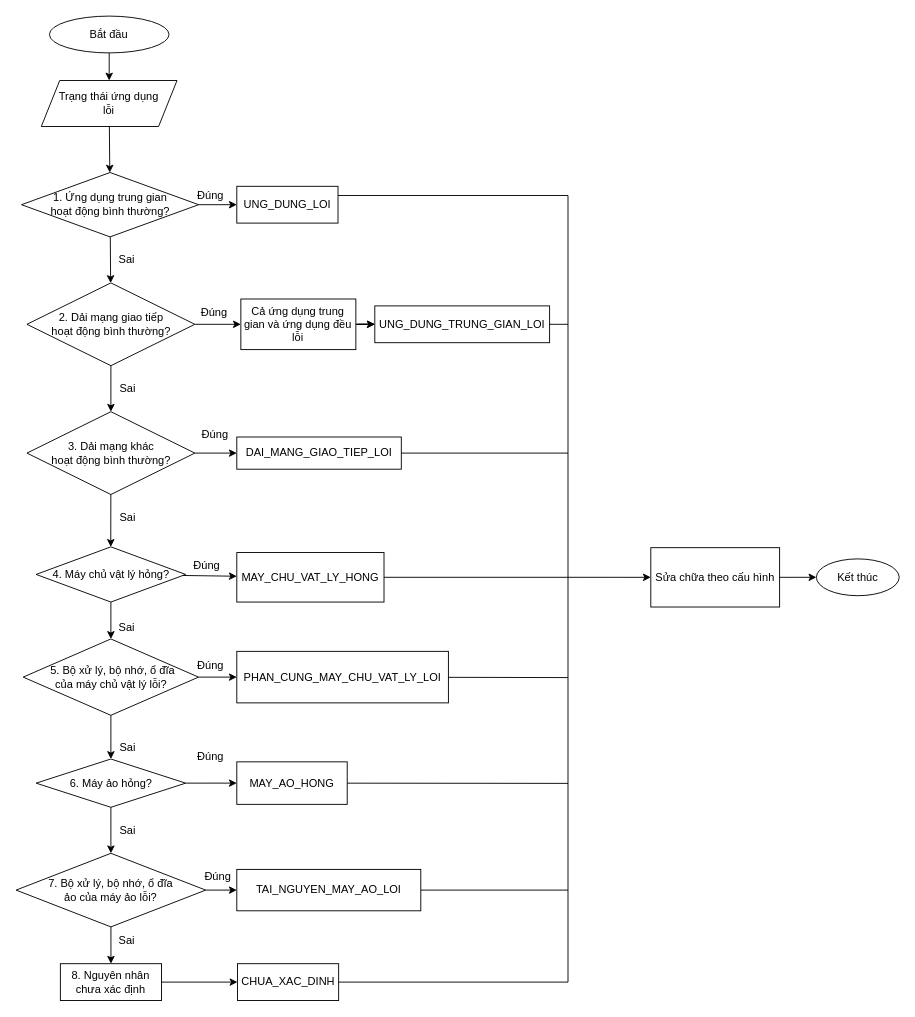
hiep1097/drawio keeps this draw.io diagram as page "Trang-4" (4 of 4) of auto healing.drawio. Above is the earlier version. Source tidied: cells renumbered, new cells numbered last; positions are measured from the earlier drawing's top-left corner, leaving out a move shared by most shapes. Both pictures are drawn from the tidied source at 92%, with x=0, y=0 at pixel (16, 16).
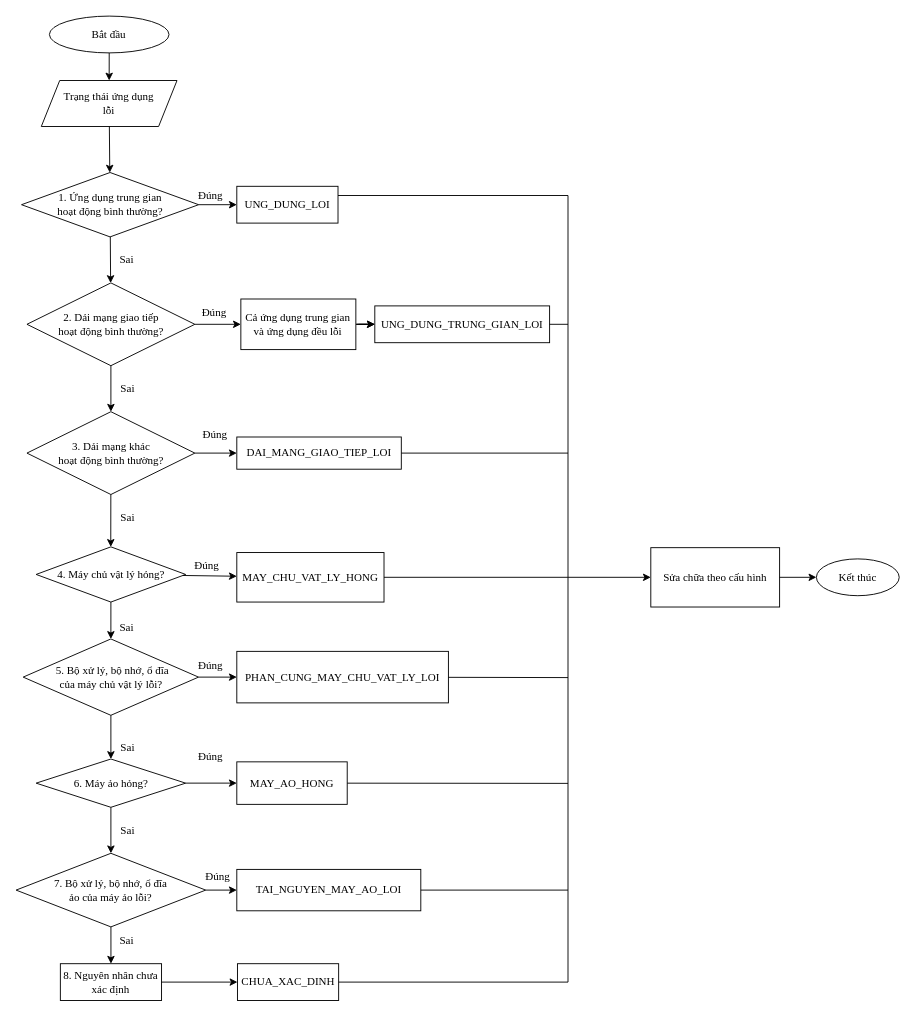
After the change.

Diff of the diagram source:
```diff
@@
-    <mxCell id="2" value="Bắt đầu" style="ellipse;whiteSpace=wrap;html=1;" parent="1" vertex="1">
+    <mxCell id="2" value="Bắt đầu" style="ellipse;whiteSpace=wrap;html=1;fontFamily=Times New Roman;" parent="1" vertex="1">
       <mxGeometry x="36.2" width="130" height="40" as="geometry" />
     </mxCell>
-    <mxCell id="3" value="Trạng thái ứng dụng &lt;br&gt;lỗi" style="shape=parallelogram;perimeter=parallelogramPerimeter;whiteSpace=wrap;html=1;fixedSize=1;" parent="1" vertex="1">
+    <mxCell id="3" value="Trạng thái ứng dụng &lt;br&gt;lỗi" style="shape=parallelogram;perimeter=parallelogramPerimeter;whiteSpace=wrap;html=1;fixedSize=1;fontFamily=Times New Roman;" parent="1" vertex="1">
       <mxGeometry x="27.4" y="70" width="147.5" height="50" as="geometry" />
     </mxCell>
-    <mxCell id="4" value="1. Ứng dụng trung gian &lt;br&gt;hoạt động bình thường?" style="rhombus;whiteSpace=wrap;html=1;" parent="1" vertex="1">
+    <mxCell id="4" value="1. Ứng dụng trung gian &lt;br&gt;hoạt động bình thường?" style="rhombus;whiteSpace=wrap;html=1;fontFamily=Times New Roman;" parent="1" vertex="1">
       <mxGeometry x="5.9" y="170" width="192.5" height="70" as="geometry" />
     </mxCell>
-    <mxCell id="5" value="UNG_DUNG_LOI" style="rounded=0;whiteSpace=wrap;html=1;" parent="1" vertex="1">
+    <mxCell id="5" value="UNG_DUNG_LOI" style="rounded=0;whiteSpace=wrap;html=1;fontFamily=Times New Roman;" parent="1" vertex="1">
       <mxGeometry x="239.9" y="185" width="110" height="40" as="geometry" />
     </mxCell>
-    <mxCell id="6" style="endArrow=classic;html=1;rounded=0;" parent="1" edge="1" source="2" target="3">
+    <mxCell id="6" style="endArrow=classic;html=1;rounded=0;fontFamily=Times New Roman;" parent="1" edge="1" source="2" target="3">
       <mxGeometry relative="1" as="geometry" />
     </mxCell>
-    <mxCell id="7" style="endArrow=classic;html=1;rounded=0;" parent="1" edge="1" source="3" target="4">
+    <mxCell id="7" style="endArrow=classic;html=1;rounded=0;fontFamily=Times New Roman;" parent="1" edge="1" source="3" target="4">
       <mxGeometry relative="1" as="geometry" />
     </mxCell>
-    <mxCell id="8" style="endArrow=classic;html=1;rounded=0;" parent="1" edge="1" source="4" target="12">
+    <mxCell id="8" style="endArrow=classic;html=1;rounded=0;fontFamily=Times New Roman;" parent="1" edge="1" source="4" target="12">
       <mxGeometry relative="1" as="geometry" />
     </mxCell>
-    <mxCell id="9" style="endArrow=classic;html=1;rounded=0;" parent="1" edge="1" source="4" target="5">
+    <mxCell id="9" style="endArrow=classic;html=1;rounded=0;fontFamily=Times New Roman;" parent="1" edge="1" source="4" target="5">
       <mxGeometry relative="1" as="geometry" />
     </mxCell>
-    <mxCell id="10" value="Đúng" style="text;html=1;align=center;verticalAlign=middle;strokeColor=none;fillColor=none;" parent="1" vertex="1">
+    <mxCell id="10" value="Đúng" style="text;html=1;align=center;verticalAlign=middle;strokeColor=none;fillColor=none;fontFamily=Times New Roman;" parent="1" vertex="1">
       <mxGeometry x="186.2" y="180" width="50" height="30" as="geometry" />
     </mxCell>
-    <mxCell id="11" value="Sai" style="text;html=1;align=center;verticalAlign=middle;strokeColor=none;fillColor=none;" parent="1" vertex="1">
+    <mxCell id="11" value="Sai" style="text;html=1;align=center;verticalAlign=middle;strokeColor=none;fillColor=none;fontFamily=Times New Roman;" parent="1" vertex="1">
       <mxGeometry x="99.9" y="250" width="40" height="30" as="geometry" />
     </mxCell>
-    <mxCell id="12" value="2. Dải mạng giao tiếp &lt;br&gt;hoạt động bình thường?" style="rhombus;whiteSpace=wrap;html=1;" parent="1" vertex="1">
+    <mxCell id="12" value="2. Dải mạng giao tiếp &lt;br&gt;hoạt động bình thường?" style="rhombus;whiteSpace=wrap;html=1;fontFamily=Times New Roman;" parent="1" vertex="1">
       <mxGeometry x="11.8" y="290" width="182.5" height="90" as="geometry" />
     </mxCell>
-    <mxCell id="13" style="endArrow=classic;html=1;rounded=0;" parent="1" edge="1" source="12" target="19">
+    <mxCell id="13" style="endArrow=classic;html=1;rounded=0;fontFamily=Times New Roman;" parent="1" edge="1" source="12" target="19">
       <mxGeometry relative="1" as="geometry" />
     </mxCell>
-    <mxCell id="14" value="Sai" style="text;html=1;align=center;verticalAlign=middle;strokeColor=none;fillColor=none;" parent="1" vertex="1">
+    <mxCell id="14" value="Sai" style="text;html=1;align=center;verticalAlign=middle;strokeColor=none;fillColor=none;fontFamily=Times New Roman;" parent="1" vertex="1">
       <mxGeometry x="101.2" y="390" width="40" height="30" as="geometry" />
     </mxCell>
-    <mxCell id="15" style="edgeStyle=orthogonalEdgeStyle;rounded=0;jettySize=auto;html=1;" parent="1" edge="1" source="16" target="25">
+    <mxCell id="15" style="edgeStyle=orthogonalEdgeStyle;rounded=0;jettySize=auto;html=1;fontFamily=Times New Roman;" parent="1" edge="1" source="16" target="25">
       <mxGeometry relative="1" as="geometry" />
     </mxCell>
-    <mxCell id="16" value="Cả ứng dụng trung gian và ứng dụng đều lỗi" style="rounded=0;whiteSpace=wrap;html=1;" parent="1" vertex="1">
+    <mxCell id="16" value="Cả ứng dụng trung gian và ứng dụng đều lỗi" style="rounded=0;whiteSpace=wrap;html=1;fontFamily=Times New Roman;" parent="1" vertex="1">
       <mxGeometry x="244.3" y="307.5" width="125" height="55" as="geometry" />
     </mxCell>
-    <mxCell id="17" style="endArrow=classic;html=1;rounded=0;" parent="1" edge="1" source="12" target="16">
+    <mxCell id="17" style="endArrow=classic;html=1;rounded=0;fontFamily=Times New Roman;" parent="1" edge="1" source="12" target="16">
       <mxGeometry relative="1" as="geometry" />
     </mxCell>
-    <mxCell id="18" value="Đúng" style="text;html=1;align=center;verticalAlign=middle;strokeColor=none;fillColor=none;" parent="1" vertex="1">
+    <mxCell id="18" value="Đúng" style="text;html=1;align=center;verticalAlign=middle;strokeColor=none;fillColor=none;fontFamily=Times New Roman;" parent="1" vertex="1">
       <mxGeometry x="189.9" y="307" width="50" height="30" as="geometry" />
     </mxCell>
-    <mxCell id="19" value="3. Dải mạng khác&lt;br&gt;hoạt động bình thường?" style="rhombus;whiteSpace=wrap;html=1;" parent="1" vertex="1">
+    <mxCell id="19" value="3. Dải mạng khác&lt;br&gt;hoạt động bình thường?" style="rhombus;whiteSpace=wrap;html=1;fontFamily=Times New Roman;" parent="1" vertex="1">
       <mxGeometry x="11.8" y="430" width="182.5" height="90" as="geometry" />
     </mxCell>
-    <mxCell id="20" style="endArrow=classic;html=1;rounded=0;" parent="1" edge="1" source="19" target="27">
+    <mxCell id="20" style="endArrow=classic;html=1;rounded=0;fontFamily=Times New Roman;" parent="1" edge="1" source="19" target="27">
       <mxGeometry relative="1" as="geometry">
         <Array as="points">
           <mxPoint x="102.9" y="570" />
         </Array>
       </mxGeometry>
     </mxCell>
-    <mxCell id="21" value="Sai" style="text;html=1;align=center;verticalAlign=middle;strokeColor=none;fillColor=none;" parent="1" vertex="1">
+    <mxCell id="21" value="Sai" style="text;html=1;align=center;verticalAlign=middle;strokeColor=none;fillColor=none;fontFamily=Times New Roman;" parent="1" vertex="1">
       <mxGeometry x="101.2" y="530" width="40" height="30" as="geometry" />
     </mxCell>
-    <mxCell id="22" value="DAI_MANG_GIAO_TIEP_LOI" style="rounded=0;whiteSpace=wrap;html=1;" parent="1" vertex="1">
+    <mxCell id="22" value="DAI_MANG_GIAO_TIEP_LOI" style="rounded=0;whiteSpace=wrap;html=1;fontFamily=Times New Roman;" parent="1" vertex="1">
       <mxGeometry x="239.9" y="457.5" width="178.8" height="35" as="geometry" />
     </mxCell>
-    <mxCell id="23" style="endArrow=classic;html=1;rounded=0;" parent="1" edge="1" source="19" target="22">
+    <mxCell id="23" style="endArrow=classic;html=1;rounded=0;fontFamily=Times New Roman;" parent="1" edge="1" source="19" target="22">
       <mxGeometry relative="1" as="geometry" />
     </mxCell>
-    <mxCell id="24" value="Đúng" style="text;html=1;align=center;verticalAlign=middle;strokeColor=none;fillColor=none;" parent="1" vertex="1">
+    <mxCell id="24" value="Đúng" style="text;html=1;align=center;verticalAlign=middle;strokeColor=none;fillColor=none;fontFamily=Times New Roman;" parent="1" vertex="1">
       <mxGeometry x="190.6" y="440" width="50" height="30" as="geometry" />
     </mxCell>
-    <mxCell id="25" value="UNG_DUNG_TRUNG_GIAN_LOI" style="rounded=0;whiteSpace=wrap;html=1;" parent="1" vertex="1">
+    <mxCell id="25" value="UNG_DUNG_TRUNG_GIAN_LOI" style="rounded=0;whiteSpace=wrap;html=1;fontFamily=Times New Roman;" parent="1" vertex="1">
       <mxGeometry x="389.9" y="315" width="190" height="40" as="geometry" />
     </mxCell>
-    <mxCell id="26" style="endArrow=classic;html=1;rounded=0;" parent="1" edge="1" target="25">
+    <mxCell id="26" style="endArrow=classic;html=1;rounded=0;fontFamily=Times New Roman;" parent="1" edge="1" target="25">
       <mxGeometry relative="1" as="geometry">
         <mxPoint x="372.2" y="335" as="sourcePoint" />
       </mxGeometry>
     </mxCell>
-    <mxCell id="27" value="4. Máy chủ vật lý hỏng?" style="rhombus;whiteSpace=wrap;html=1;" parent="1" vertex="1">
+    <mxCell id="27" value="4. Máy chủ vật lý hỏng?" style="rhombus;whiteSpace=wrap;html=1;fontFamily=Times New Roman;" parent="1" vertex="1">
       <mxGeometry x="21.8" y="576.9" width="162.5" height="60" as="geometry" />
     </mxCell>
-    <mxCell id="28" style="endArrow=classic;html=1;rounded=0;" parent="1" edge="1" source="27" target="39">
+    <mxCell id="28" style="endArrow=classic;html=1;rounded=0;fontFamily=Times New Roman;" parent="1" edge="1" source="27" target="39">
       <mxGeometry relative="1" as="geometry" />
     </mxCell>
-    <mxCell id="29" value="Sai" style="text;html=1;align=center;verticalAlign=middle;strokeColor=none;fillColor=none;" parent="1" vertex="1">
+    <mxCell id="29" value="Sai" style="text;html=1;align=center;verticalAlign=middle;strokeColor=none;fillColor=none;fontFamily=Times New Roman;" parent="1" vertex="1">
       <mxGeometry x="99.9" y="650" width="40" height="30" as="geometry" />
     </mxCell>
-    <mxCell id="30" value="MAY_CHU_VAT_LY_HONG" style="rounded=0;whiteSpace=wrap;html=1;" parent="1" vertex="1">
+    <mxCell id="30" value="MAY_CHU_VAT_LY_HONG" style="rounded=0;whiteSpace=wrap;html=1;fontFamily=Times New Roman;" parent="1" vertex="1">
       <mxGeometry x="239.9" y="583.1" width="160" height="53.8" as="geometry" />
     </mxCell>
-    <mxCell id="31" style="endArrow=classic;html=1;rounded=0;" parent="1" edge="1" source="27" target="30">
+    <mxCell id="31" style="endArrow=classic;html=1;rounded=0;fontFamily=Times New Roman;" parent="1" edge="1" source="27" target="30">
       <mxGeometry relative="1" as="geometry" />
     </mxCell>
-    <mxCell id="32" value="Đúng" style="text;html=1;align=center;verticalAlign=middle;strokeColor=none;fillColor=none;" parent="1" vertex="1">
+    <mxCell id="32" value="Đúng" style="text;html=1;align=center;verticalAlign=middle;strokeColor=none;fillColor=none;fontFamily=Times New Roman;" parent="1" vertex="1">
       <mxGeometry x="182.4" y="583.1" width="50" height="30" as="geometry" />
     </mxCell>
-    <mxCell id="33" value="6. Máy ảo hỏng?" style="rhombus;whiteSpace=wrap;html=1;" parent="1" vertex="1">
+    <mxCell id="33" value="6. Máy ảo hỏng?" style="rhombus;whiteSpace=wrap;html=1;fontFamily=Times New Roman;" parent="1" vertex="1">
       <mxGeometry x="21.8" y="807.5" width="162.5" height="52.5" as="geometry" />
     </mxCell>
-    <mxCell id="34" style="endArrow=classic;html=1;rounded=0;" parent="1" edge="1" source="33" target="45">
+    <mxCell id="34" style="endArrow=classic;html=1;rounded=0;fontFamily=Times New Roman;" parent="1" edge="1" source="33" target="45">
       <mxGeometry relative="1" as="geometry" />
     </mxCell>
-    <mxCell id="35" value="Sai" style="text;html=1;align=center;verticalAlign=middle;strokeColor=none;fillColor=none;" parent="1" vertex="1">
+    <mxCell id="35" value="Sai" style="text;html=1;align=center;verticalAlign=middle;strokeColor=none;fillColor=none;fontFamily=Times New Roman;" parent="1" vertex="1">
       <mxGeometry x="101.2" y="870" width="40" height="30" as="geometry" />
     </mxCell>
-    <mxCell id="36" value="MAY_AO_HONG" style="rounded=0;whiteSpace=wrap;html=1;" parent="1" vertex="1">
+    <mxCell id="36" value="MAY_AO_HONG" style="rounded=0;whiteSpace=wrap;html=1;fontFamily=Times New Roman;" parent="1" vertex="1">
       <mxGeometry x="239.9" y="810.6" width="120" height="46.2" as="geometry" />
     </mxCell>
-    <mxCell id="37" style="endArrow=classic;html=1;rounded=0;" parent="1" edge="1" source="33" target="36">
+    <mxCell id="37" style="endArrow=classic;html=1;rounded=0;fontFamily=Times New Roman;" parent="1" edge="1" source="33" target="36">
       <mxGeometry relative="1" as="geometry" />
     </mxCell>
-    <mxCell id="38" value="Đúng" style="text;html=1;align=center;verticalAlign=middle;strokeColor=none;fillColor=none;" parent="1" vertex="1">
+    <mxCell id="38" value="Đúng" style="text;html=1;align=center;verticalAlign=middle;strokeColor=none;fillColor=none;fontFamily=Times New Roman;" parent="1" vertex="1">
       <mxGeometry x="186.2" y="790" width="50" height="30" as="geometry" />
     </mxCell>
-    <mxCell id="39" value="&amp;nbsp;5. Bộ xử lý, bộ nhớ, ổ đĩa&lt;br&gt;của máy chủ vật lý lỗi?" style="rhombus;whiteSpace=wrap;html=1;" parent="1" vertex="1">
+    <mxCell id="39" value="&amp;nbsp;5. Bộ xử lý, bộ nhớ, ổ đĩa&lt;br&gt;của máy chủ vật lý lỗi?" style="rhombus;whiteSpace=wrap;html=1;fontFamily=Times New Roman;" parent="1" vertex="1">
       <mxGeometry x="7.7" y="677" width="190.6" height="83" as="geometry" />
     </mxCell>
-    <mxCell id="40" style="endArrow=classic;html=1;rounded=0;" parent="1" edge="1" source="39" target="33">
+    <mxCell id="40" style="endArrow=classic;html=1;rounded=0;fontFamily=Times New Roman;" parent="1" edge="1" source="39" target="33">
       <mxGeometry relative="1" as="geometry" />
     </mxCell>
-    <mxCell id="41" value="Sai" style="text;html=1;align=center;verticalAlign=middle;strokeColor=none;fillColor=none;" parent="1" vertex="1">
+    <mxCell id="41" value="Sai" style="text;html=1;align=center;verticalAlign=middle;strokeColor=none;fillColor=none;fontFamily=Times New Roman;" parent="1" vertex="1">
       <mxGeometry x="101.2" y="780" width="40" height="30" as="geometry" />
     </mxCell>
-    <mxCell id="42" value="PHAN_CUNG_MAY_CHU_VAT_LY_LOI" style="rounded=0;whiteSpace=wrap;html=1;" parent="1" vertex="1">
+    <mxCell id="42" value="PHAN_CUNG_MAY_CHU_VAT_LY_LOI" style="rounded=0;whiteSpace=wrap;html=1;fontFamily=Times New Roman;" parent="1" vertex="1">
       <mxGeometry x="239.9" y="690.5" width="230" height="56" as="geometry" />
     </mxCell>
-    <mxCell id="43" style="endArrow=classic;html=1;rounded=0;" parent="1" edge="1" source="39" target="42">
+    <mxCell id="43" style="endArrow=classic;html=1;rounded=0;fontFamily=Times New Roman;" parent="1" edge="1" source="39" target="42">
       <mxGeometry relative="1" as="geometry" />
     </mxCell>
-    <mxCell id="44" value="Đúng" style="text;html=1;align=center;verticalAlign=middle;strokeColor=none;fillColor=none;" parent="1" vertex="1">
+    <mxCell id="44" value="Đúng" style="text;html=1;align=center;verticalAlign=middle;strokeColor=none;fillColor=none;fontFamily=Times New Roman;" parent="1" vertex="1">
       <mxGeometry x="186.2" y="690.5" width="50" height="30" as="geometry" />
     </mxCell>
-    <mxCell id="45" value="7. Bộ xử lý, bộ nhớ, ổ đĩa &lt;br&gt;ảo của máy ảo lỗi?" style="rhombus;whiteSpace=wrap;html=1;" parent="1" vertex="1">
+    <mxCell id="45" value="7. Bộ xử lý, bộ nhớ, ổ đĩa &lt;br&gt;ảo của máy ảo lỗi?" style="rhombus;whiteSpace=wrap;html=1;fontFamily=Times New Roman;" parent="1" vertex="1">
       <mxGeometry y="910" width="206.1" height="80" as="geometry" />
     </mxCell>
-    <mxCell id="46" style="endArrow=classic;html=1;rounded=0;" parent="1" edge="1" source="45" target="60">
+    <mxCell id="46" style="endArrow=classic;html=1;rounded=0;fontFamily=Times New Roman;" parent="1" edge="1" source="45" target="60">
       <mxGeometry relative="1" as="geometry" />
     </mxCell>
-    <mxCell id="47" value="Sai" style="text;html=1;align=center;verticalAlign=middle;strokeColor=none;fillColor=none;" parent="1" vertex="1">
+    <mxCell id="47" value="Sai" style="text;html=1;align=center;verticalAlign=middle;strokeColor=none;fillColor=none;fontFamily=Times New Roman;" parent="1" vertex="1">
       <mxGeometry x="99.9" y="990" width="40" height="30" as="geometry" />
     </mxCell>
-    <mxCell id="48" style="endArrow=classic;html=1;rounded=0;" parent="1" edge="1" source="45" target="50">
+    <mxCell id="48" style="endArrow=classic;html=1;rounded=0;fontFamily=Times New Roman;" parent="1" edge="1" source="45" target="50">
       <mxGeometry relative="1" as="geometry" />
     </mxCell>
-    <mxCell id="49" value="Đúng" style="text;html=1;align=center;verticalAlign=middle;strokeColor=none;fillColor=none;" parent="1" vertex="1">
+    <mxCell id="49" value="Đúng" style="text;html=1;align=center;verticalAlign=middle;strokeColor=none;fillColor=none;fontFamily=Times New Roman;" parent="1" vertex="1">
       <mxGeometry x="194.3" y="920" width="50" height="30" as="geometry" />
     </mxCell>
-    <mxCell id="50" value="TAI_NGUYEN_MAY_AO_LOI" style="rounded=0;whiteSpace=wrap;html=1;" parent="1" vertex="1">
+    <mxCell id="50" value="TAI_NGUYEN_MAY_AO_LOI" style="rounded=0;whiteSpace=wrap;html=1;fontFamily=Times New Roman;" parent="1" vertex="1">
       <mxGeometry x="239.9" y="927.5" width="200" height="45" as="geometry" />
     </mxCell>
-    <mxCell id="51" value="CHUA_XAC_DINH" style="rounded=0;whiteSpace=wrap;html=1;" parent="1" vertex="1">
+    <mxCell id="51" value="CHUA_XAC_DINH" style="rounded=0;whiteSpace=wrap;html=1;fontFamily=Times New Roman;" parent="1" vertex="1">
       <mxGeometry x="240.6" y="1030" width="110" height="40" as="geometry" />
     </mxCell>
-    <mxCell id="52" value="Sửa chữa theo cấu hình" style="rounded=0;whiteSpace=wrap;html=1;" parent="1" vertex="1">
+    <mxCell id="52" value="Sửa chữa theo cấu hình" style="rounded=0;whiteSpace=wrap;html=1;fontFamily=Times New Roman;" parent="1" vertex="1">
       <mxGeometry x="689.9" y="577.8" width="140" height="64.5" as="geometry" />
     </mxCell>
-    <mxCell id="53" style="endArrow=none;html=1;rounded=0;" parent="1" edge="1" source="30">
+    <mxCell id="53" style="endArrow=none;html=1;rounded=0;fontFamily=Times New Roman;" parent="1" edge="1" source="30">
       <mxGeometry relative="1" as="geometry">
         <mxPoint x="599.9" y="950" as="targetPoint" />
         <Array as="points">
           <mxPoint x="599.9" y="610" />
         </Array>
       </mxGeometry>
     </mxCell>
-    <mxCell id="54" style="endArrow=none;html=1;rounded=0;" parent="1" edge="1" source="42">
+    <mxCell id="54" style="endArrow=none;html=1;rounded=0;fontFamily=Times New Roman;" parent="1" edge="1" source="42">
       <mxGeometry relative="1" as="geometry">
         <mxPoint x="599.9" y="719" as="targetPoint" />
       </mxGeometry>
     </mxCell>
-    <mxCell id="55" style="endArrow=none;html=1;rounded=0;" parent="1" edge="1" source="36">
+    <mxCell id="55" style="endArrow=none;html=1;rounded=0;fontFamily=Times New Roman;" parent="1" edge="1" source="36">
       <mxGeometry relative="1" as="geometry">
         <mxPoint x="599.9" y="834" as="targetPoint" />
       </mxGeometry>
     </mxCell>
-    <mxCell id="56" style="endArrow=none;html=1;rounded=0;" parent="1" edge="1" source="25">
+    <mxCell id="56" style="endArrow=none;html=1;rounded=0;fontFamily=Times New Roman;" parent="1" edge="1" source="25">
       <mxGeometry relative="1" as="geometry">
         <mxPoint x="599.9" y="335" as="targetPoint" />
       </mxGeometry>
     </mxCell>
-    <mxCell id="57" style="endArrow=none;html=1;rounded=0;" parent="1" edge="1" source="22">
+    <mxCell id="57" style="endArrow=none;html=1;rounded=0;fontFamily=Times New Roman;" parent="1" edge="1" source="22">
       <mxGeometry relative="1" as="geometry">
         <mxPoint x="599.9" y="475" as="targetPoint" />
       </mxGeometry>
     </mxCell>
-    <mxCell id="58" value="Kết thúc" style="ellipse;whiteSpace=wrap;html=1;" parent="1" vertex="1">
+    <mxCell id="58" value="Kết thúc" style="ellipse;whiteSpace=wrap;html=1;fontFamily=Times New Roman;" parent="1" vertex="1">
       <mxGeometry x="869.9" y="590" width="90" height="40" as="geometry" />
     </mxCell>
-    <mxCell id="59" style="endArrow=classic;html=1;rounded=0;" parent="1" edge="1" source="52" target="58">
+    <mxCell id="59" style="endArrow=classic;html=1;rounded=0;fontFamily=Times New Roman;" parent="1" edge="1" source="52" target="58">
       <mxGeometry relative="1" as="geometry" />
     </mxCell>
-    <mxCell id="60" value="8. Nguyên nhân chưa xác định" style="rounded=0;whiteSpace=wrap;html=1;" parent="1" vertex="1">
+    <mxCell id="60" value="8. Nguyên nhân chưa xác định" style="rounded=0;whiteSpace=wrap;html=1;fontFamily=Times New Roman;" parent="1" vertex="1">
       <mxGeometry x="48.1" y="1030" width="110" height="40" as="geometry" />
     </mxCell>
-    <mxCell id="61" style="endArrow=classic;html=1;rounded=0;" parent="1" edge="1" source="60" target="51">
+    <mxCell id="61" style="endArrow=classic;html=1;rounded=0;fontFamily=Times New Roman;" parent="1" edge="1" source="60" target="51">
       <mxGeometry relative="1" as="geometry" />
     </mxCell>
-    <mxCell id="62" style="endArrow=classic;html=1;rounded=0;" parent="1" edge="1" target="52">
+    <mxCell id="62" style="endArrow=classic;html=1;rounded=0;fontFamily=Times New Roman;" parent="1" edge="1" target="52">
       <mxGeometry relative="1" as="geometry">
         <mxPoint x="349.9" y="195" as="sourcePoint" />
         <Array as="points">
           <mxPoint x="599.9" y="195" />
           <mxPoint x="599.9" y="610" />
         </Array>
       </mxGeometry>
     </mxCell>
-    <mxCell id="63" style="endArrow=none;html=1;rounded=0;" parent="1" edge="1" source="51">
+    <mxCell id="63" style="endArrow=none;html=1;rounded=0;fontFamily=Times New Roman;" parent="1" edge="1" source="51">
       <mxGeometry relative="1" as="geometry">
         <mxPoint x="599.9" y="950" as="targetPoint" />
         <Array as="points">
           <mxPoint x="599.9" y="1050" />
         </Array>
       </mxGeometry>
     </mxCell>
-    <mxCell id="64" style="endArrow=none;html=1;rounded=0;" parent="1" edge="1" source="50">
+    <mxCell id="64" style="endArrow=none;html=1;rounded=0;fontFamily=Times New Roman;" parent="1" edge="1" source="50">
       <mxGeometry relative="1" as="geometry">
         <mxPoint x="599.9" y="950" as="targetPoint" />
       </mxGeometry>
     </mxCell>
```
